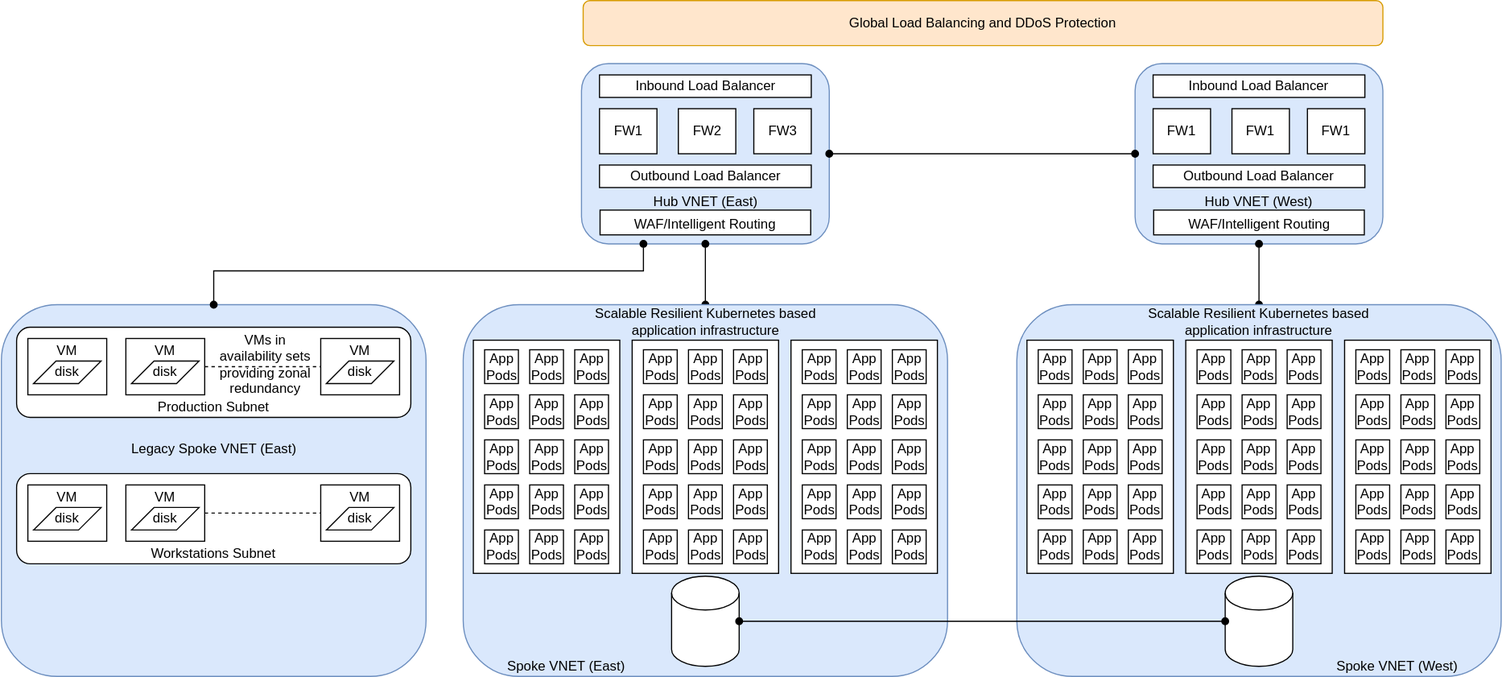
This is dr/futurestate.svg from vjavle/invoicecloud, a draw.io export, as it was before one commit. Source tidied: cells renumbered, new cells last; positions are measured from the earlier drawing's top-left corner, leaving out a move shared by most shapes.
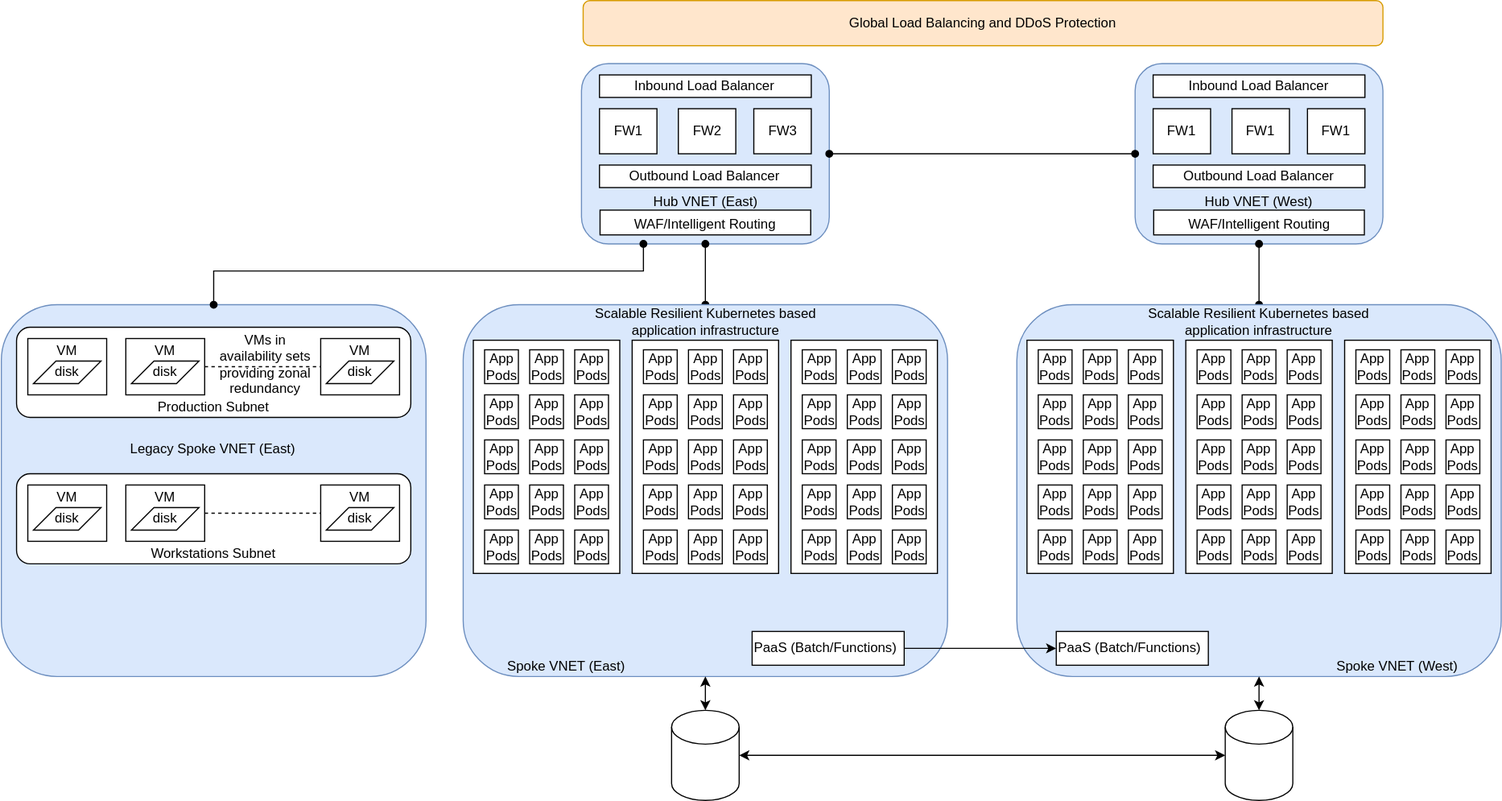
After the change.

What changed in the source:
```diff
@@ -144,7 +144,7 @@
       <mxGeometry x="140" y="320" as="geometry" />
     </mxCell>
     <mxCell id="49" style="group;verticalAlign=bottom;" parent="1" vertex="1">
-      <mxGeometry x="409.5" y="270" width="430" height="330" as="geometry" />
+      <mxGeometry x="409.5" y="270" width="661.5" height="330" as="geometry" />
     </mxCell>
     <mxCell id="50" value="Spoke VNET (East)" style="rounded=1;whiteSpace=wrap;html=1;spacingTop=-25;fillColor=#dae8fc;strokeColor=#6c8ebf;verticalAlign=bottom;align=left;spacingLeft=37;" parent="49" vertex="1">
       <mxGeometry width="430" height="330" as="geometry" />
@@ -314,12 +314,12 @@
     <mxCell id="105" value="App Pods" style="whiteSpace=wrap;html=1;" parent="90" vertex="1">
       <mxGeometry x="80" y="160" width="30" height="30" as="geometry" />
     </mxCell>
-    <mxCell id="106" style="shape=cylinder3;whiteSpace=wrap;html=1;boundedLbl=1;backgroundOutline=1;size=15;verticalAlign=bottom;" parent="49" vertex="1">
-      <mxGeometry x="185" y="241" width="60" height="80" as="geometry" />
-    </mxCell>
     <mxCell id="107" value="Scalable Resilient Kubernetes based application infrastructure" style="text;html=1;strokeColor=none;fillColor=none;align=center;verticalAlign=middle;whiteSpace=wrap;rounded=0;" parent="49" vertex="1">
       <mxGeometry x="110" width="210" height="30" as="geometry" />
     </mxCell>
+    <mxCell id="169" value="PaaS (Batch/Functions)" style="rounded=0;whiteSpace=wrap;html=1;align=left;verticalAlign=middle;" parent="49" vertex="1">
+      <mxGeometry x="526.5" y="291" width="135" height="30" as="geometry" />
+    </mxCell>
     <mxCell id="108" style="group;" parent="1" vertex="1">
       <mxGeometry x="901" y="270" width="430" height="330" as="geometry" />
     </mxCell>
@@ -491,13 +491,13 @@
     <mxCell id="164" value="App Pods" style="whiteSpace=wrap;html=1;" parent="149" vertex="1">
       <mxGeometry x="80" y="160" width="30" height="30" as="geometry" />
     </mxCell>
-    <mxCell id="165" style="shape=cylinder3;whiteSpace=wrap;html=1;boundedLbl=1;backgroundOutline=1;size=15;verticalAlign=bottom;" parent="108" vertex="1">
-      <mxGeometry x="185" y="241" width="60" height="80" as="geometry" />
-    </mxCell>
     <mxCell id="166" value="Scalable Resilient Kubernetes based application infrastructure" style="text;html=1;strokeColor=none;fillColor=none;align=center;verticalAlign=middle;whiteSpace=wrap;rounded=0;" parent="108" vertex="1">
       <mxGeometry x="110" width="210" height="30" as="geometry" />
     </mxCell>
+    <mxCell id="170" value="PaaS (Batch/Functions)" style="rounded=0;whiteSpace=wrap;html=1;align=left;verticalAlign=middle;" parent="108" vertex="1">
+      <mxGeometry x="35" y="290" width="135" height="30" as="geometry" />
+    </mxCell>
-    <mxCell id="167" style="edgeStyle=orthogonalEdgeStyle;rounded=0;jettySize=auto;html=1;startArrow=oval;startFill=1;endArrow=oval;endFill=1;" parent="1" edge="1" source="106" target="165">
+    <mxCell id="167" style="edgeStyle=orthogonalEdgeStyle;rounded=0;jettySize=auto;html=1;startArrow=classic;startFill=1;endArrow=classic;endFill=1;" parent="1" edge="1" source="106" target="165">
       <mxGeometry relative="1" as="geometry" />
     </mxCell>
     <mxCell id="168" style="endArrow=oval;html=1;rounded=0;edgeStyle=orthogonalEdgeStyle;entryX=0.25;entryY=1;entryDx=0;entryDy=0;endFill=1;startArrow=oval;startFill=1;" parent="1" edge="1" target="4">
@@ -509,5 +509,23 @@
         </Array>
       </mxGeometry>
     </mxCell>
+    <mxCell id="171" style="edgeStyle=orthogonalEdgeStyle;rounded=0;jettySize=auto;html=1;entryX=0.5;entryY=1;entryDx=0;entryDy=0;startArrow=classic;startFill=1;endArrow=classic;endFill=1;" parent="1" edge="1" source="106" target="50">
+      <mxGeometry relative="1" as="geometry" />
+    </mxCell>
+    <mxCell id="106" style="shape=cylinder3;whiteSpace=wrap;html=1;boundedLbl=1;backgroundOutline=1;size=15;verticalAlign=bottom;" parent="1" vertex="1">
+      <mxGeometry x="594.5" y="630" width="60" height="80" as="geometry" />
+    </mxCell>
+    <mxCell id="172" style="edgeStyle=orthogonalEdgeStyle;rounded=0;jettySize=auto;html=1;startArrow=classic;startFill=1;endArrow=classic;endFill=1;" parent="1" edge="1" source="165" target="109">
+      <mxGeometry relative="1" as="geometry" />
+    </mxCell>
+    <mxCell id="165" style="shape=cylinder3;whiteSpace=wrap;html=1;boundedLbl=1;backgroundOutline=1;size=15;verticalAlign=bottom;" parent="1" vertex="1">
+      <mxGeometry x="1086" y="630" width="60" height="80" as="geometry" />
+    </mxCell>
+    <mxCell id="173" style="edgeStyle=orthogonalEdgeStyle;rounded=0;jettySize=auto;html=1;entryX=0;entryY=0.5;entryDx=0;entryDy=0;startArrow=none;startFill=0;endArrow=classic;endFill=1;" parent="1" edge="1" source="174" target="170">
+      <mxGeometry relative="1" as="geometry" />
+    </mxCell>
+    <mxCell id="174" value="PaaS (Batch/Functions)" style="rounded=0;whiteSpace=wrap;html=1;align=left;verticalAlign=middle;" parent="1" vertex="1">
+      <mxGeometry x="666" y="560" width="135" height="30" as="geometry" />
+    </mxCell>
   </root>
 </mxGraphModel>
```
